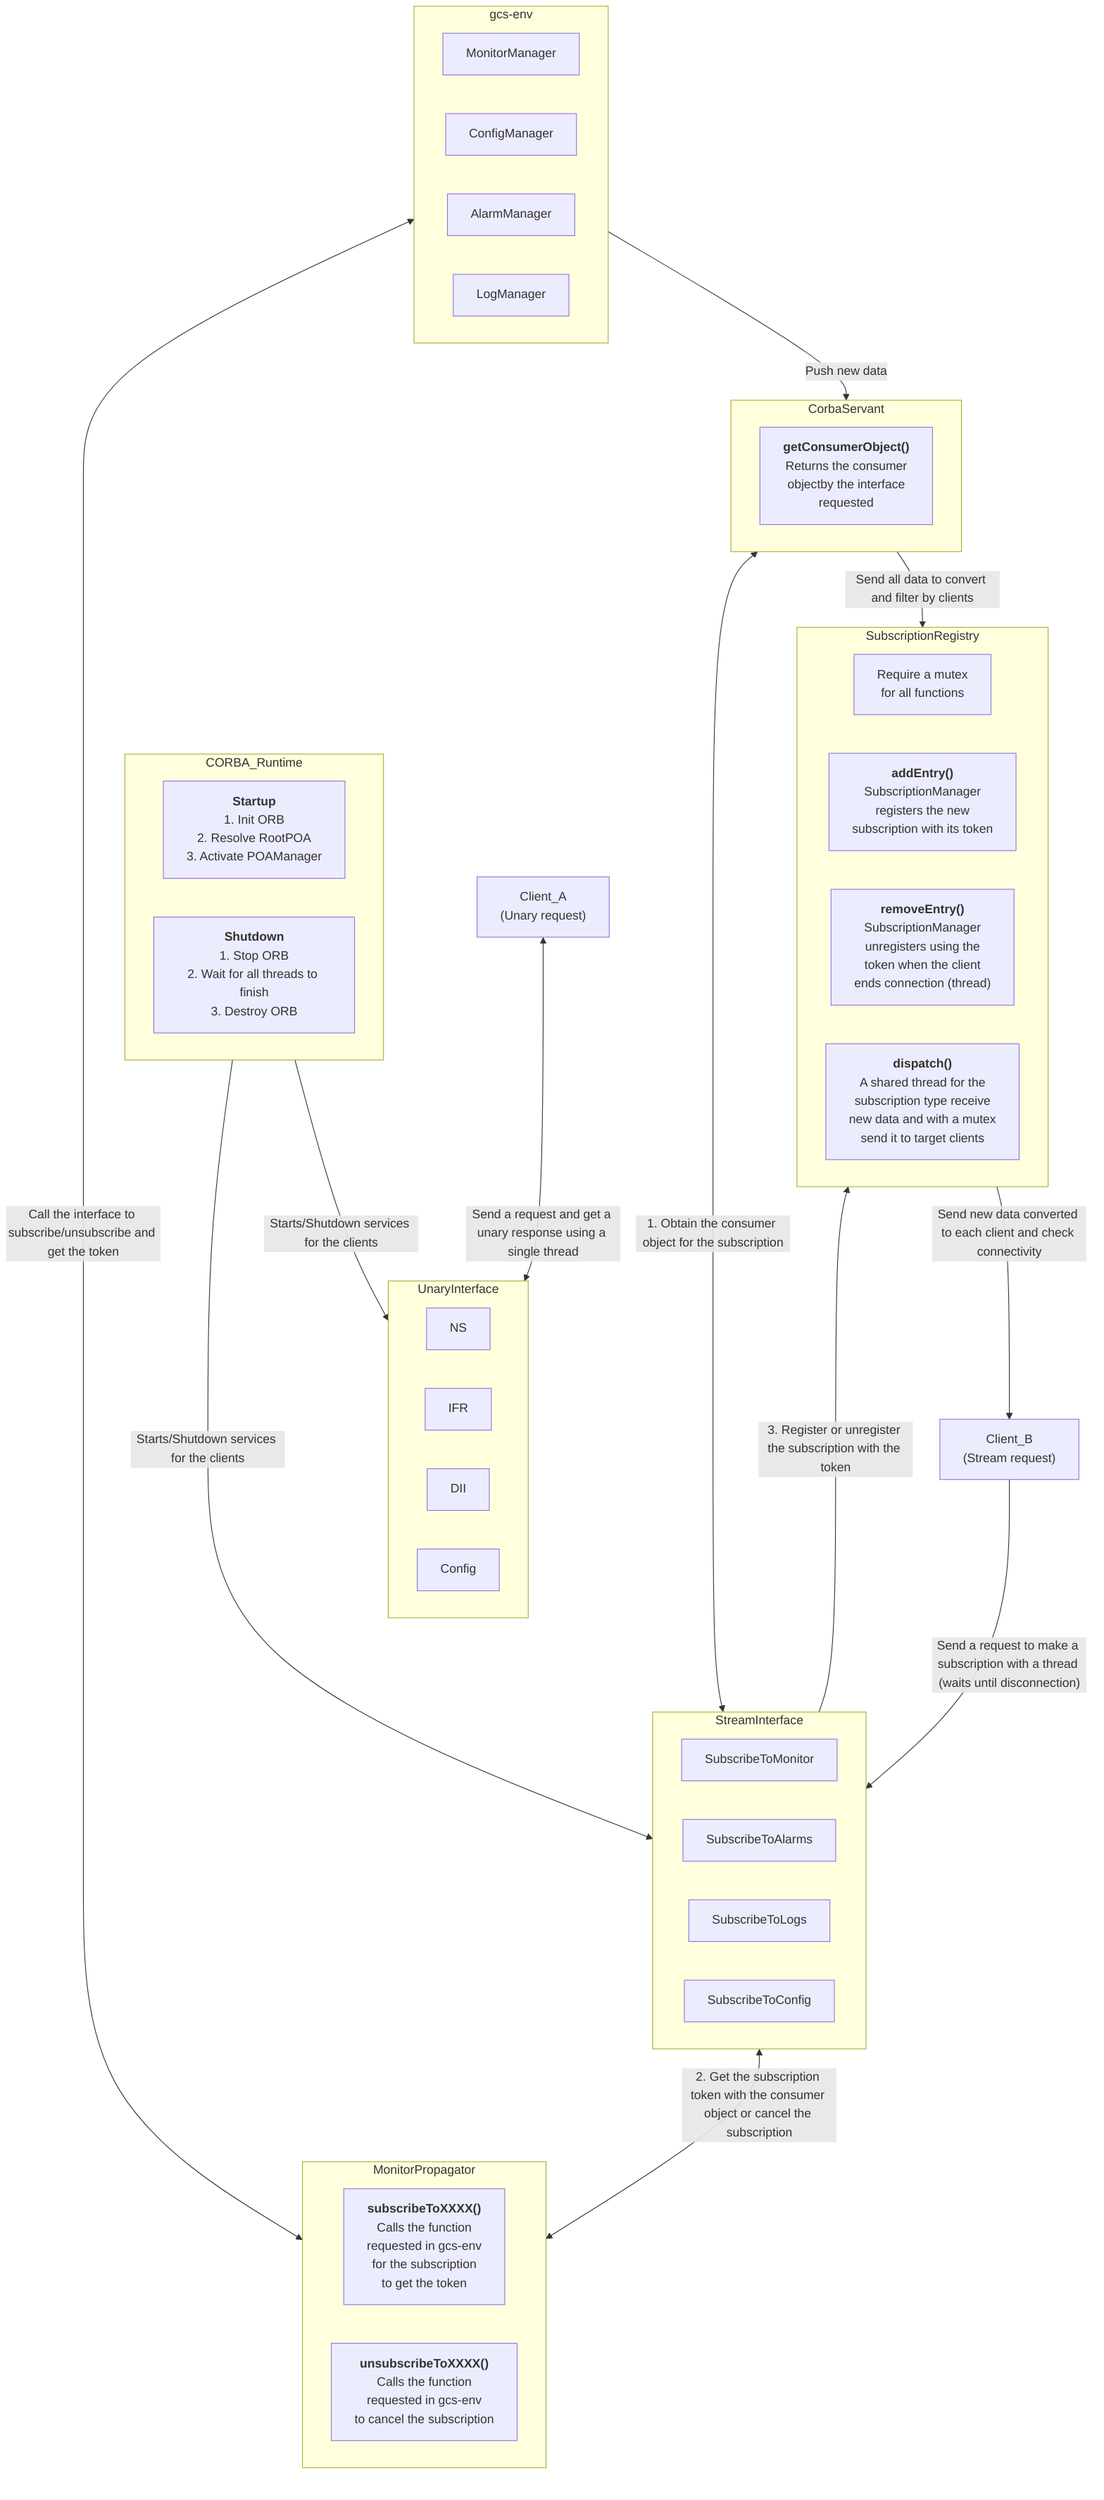
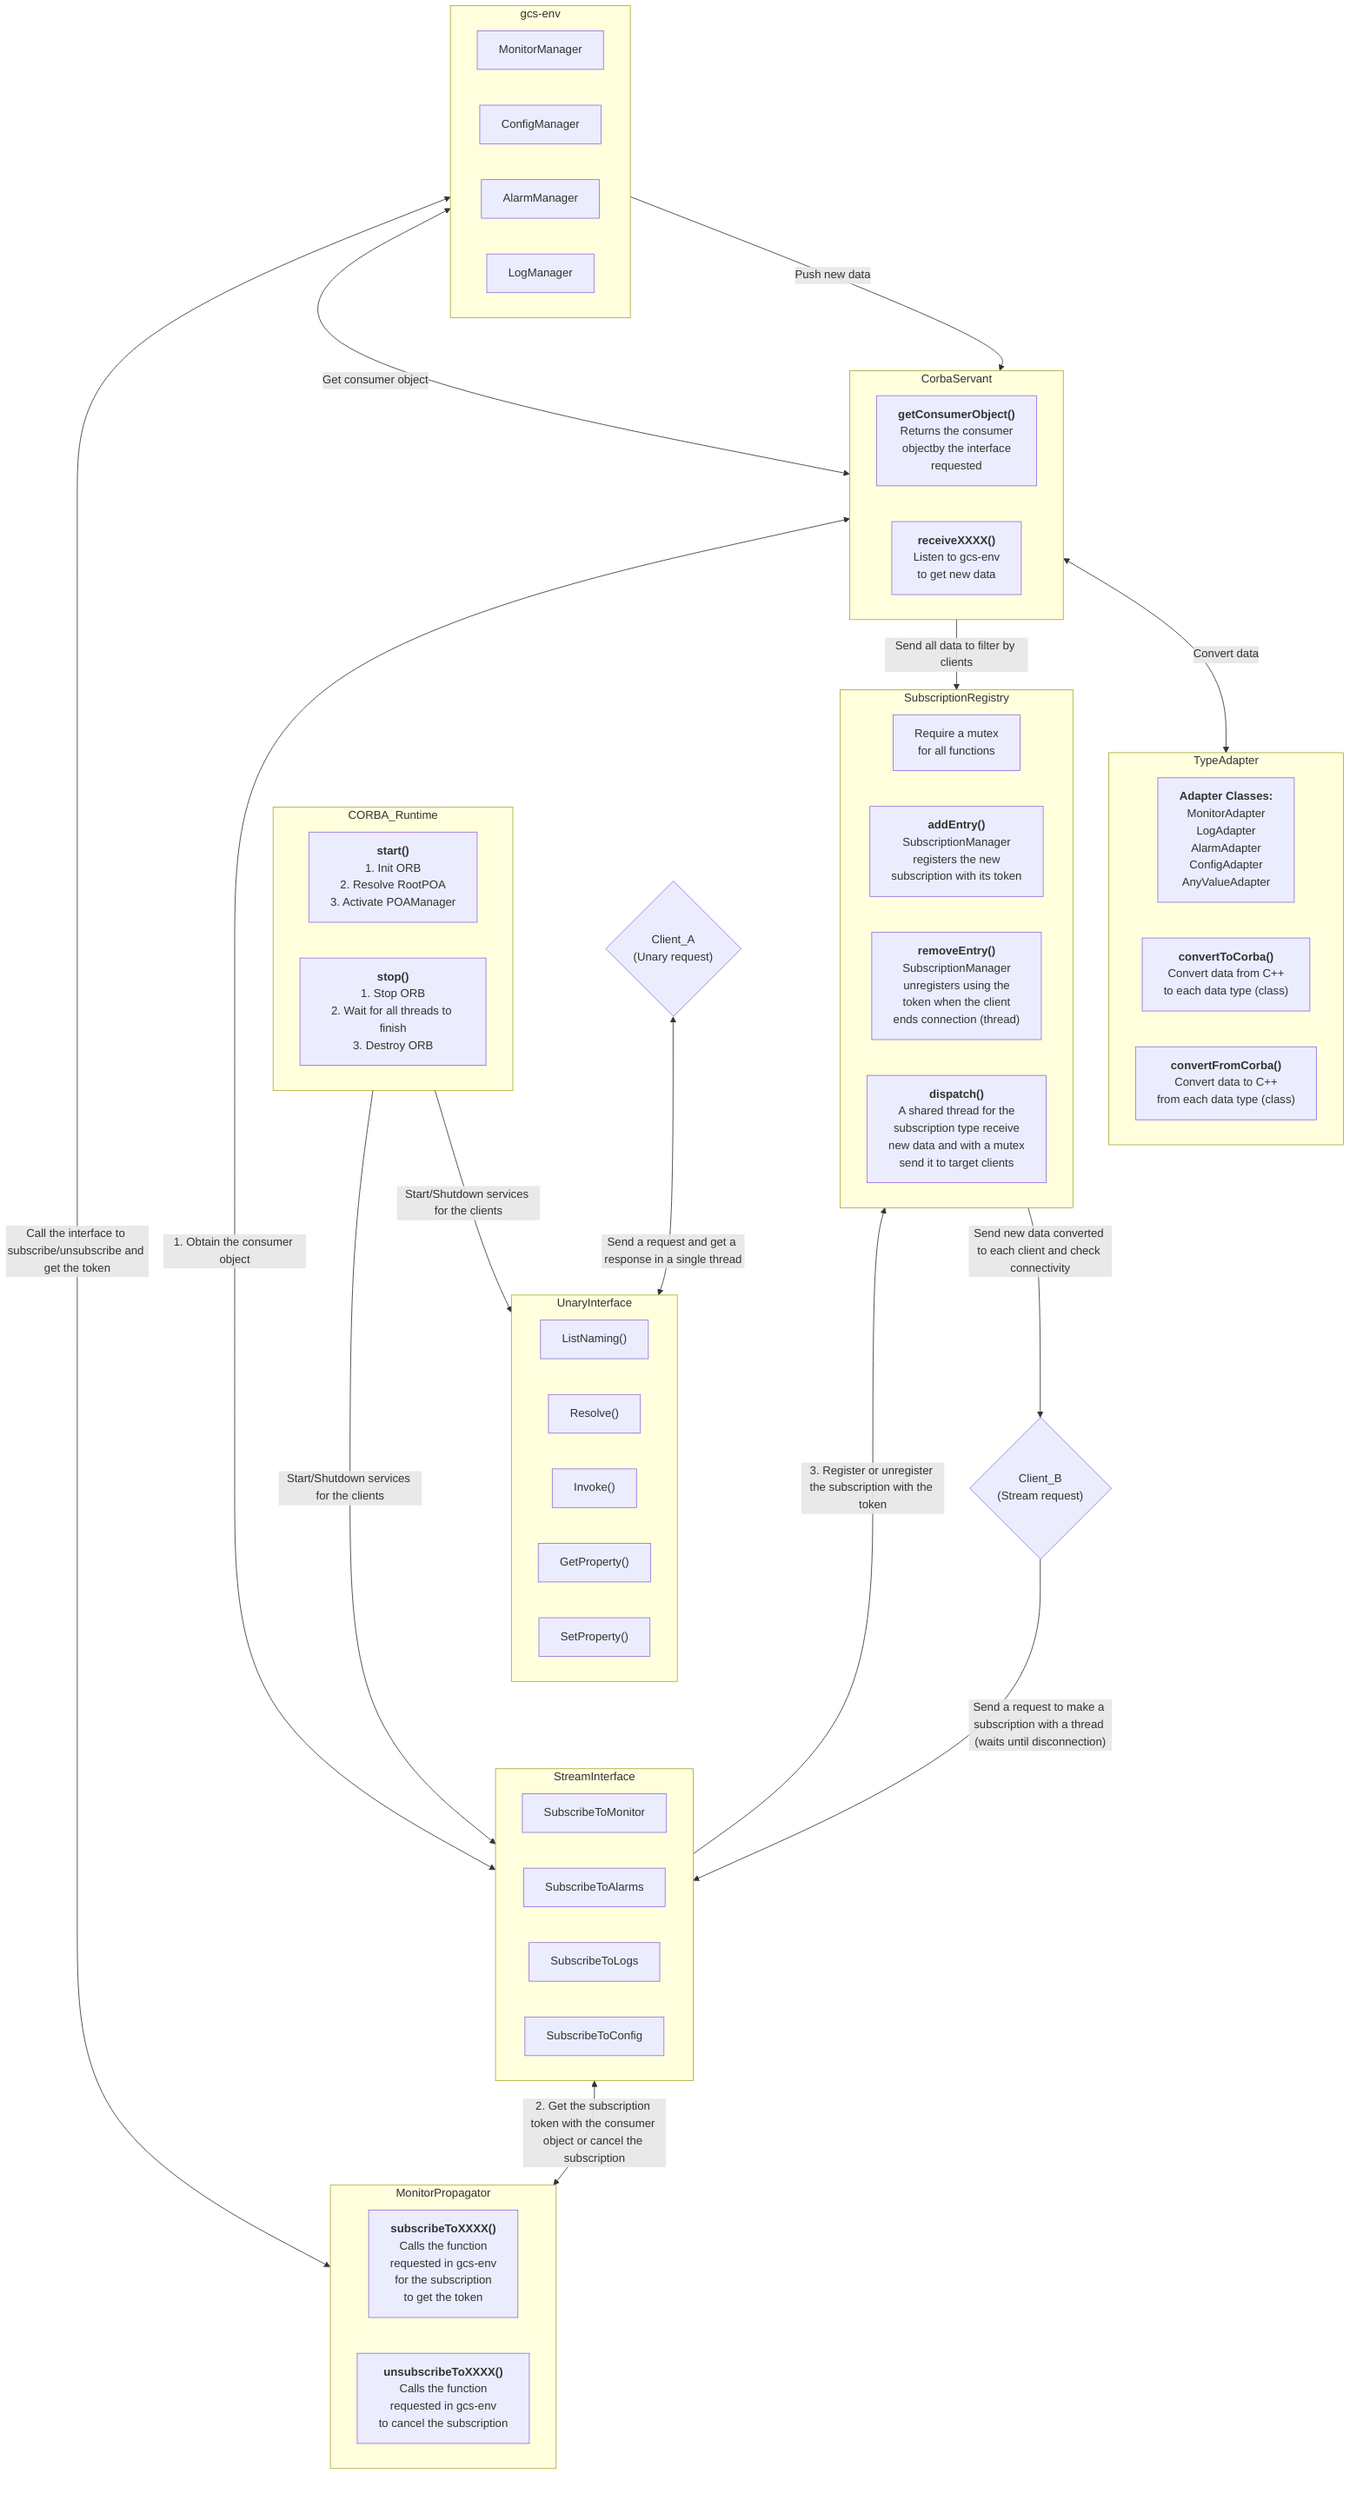
flowchart TD
-     ClientA["`
+     ClientA{"`
            Client_A
            (Unary request)
-             `"]
-     ClientB["`
+             `"}
+     ClientB{"`
            Client_B
            (Stream request)
-             `"]
+             `"}

    subgraph CORBA_Runtime
        Start["`
-             **Startup**
+             **start()**
            1. Init ORB
            2. Resolve RootPOA
            3. Activate POAManager
            `"]

        Shutdown["`
-                 **Shutdown**
+                 **stop()**
                1. Stop ORB
                2. Wait for all threads to finish
                3. Destroy ORB
                `"]
    end

    subgraph UnaryInterface
-         NS
-         IFR
-         DII
-         Config
+         ListNaming["`ListNaming()`"]
+         Resolve["`Resolve()`"]
+         Invoke["`Invoke()`"]
+         GetProperty["`GetProperty()`"]
+         SetProperty["`SetProperty()`"]
    end

    subgraph StreamInterface
        SubscribeToMonitor
        SubscribeToAlarms
        SubscribeToLogs
        SubscribeToConfig
    end

    subgraph SubscriptionRegistry
        Mutex["`
        Require a mutex
        for all functions
        `"]

        addEntry["`
                **addEntry()**
                SubscriptionManager
                registers the new
                subscription with its token
                `"]

        removeEntry["`
                    **removeEntry()**
                    SubscriptionManager
                    unregisters using the
                    token when the client
                    ends connection (thread)
                    `"]

        getData["`
                **dispatch()**
                A shared thread for the
                subscription type receive
                new data and with a mutex
                send it to target clients
                `"]
    end

    subgraph CorbaServant
        getConsumer["`
                    **getConsumerObject()**
                    Returns the consumer
                    objectby the interface
                    requested
                    `"]
+         receive["`
+                 **receiveXXXX()**
+                 Listen to gcs-env
+                 to get new data
+                 `"]
    end

    subgraph MonitorPropagator
        subscribe["`
                **subscribeToXXXX()**
                Calls the function
                requested in gcs-env
                for the subscription
                to get the token
                `"]

        unsubscribe["`
-                 **unsubscribeToXXXX()**
-                 Calls the function
-                 requested in gcs-env
-                 to cancel the subscription
+                     **unsubscribeToXXXX()**
+                     Calls the function
+                     requested in gcs-env
+                     to cancel the subscription
+                     `"]
+     end
+ 
+     subgraph TypeAdapter
+         classes["`
+                 **Adapter Classes:**
+                 MonitorAdapter
+                 LogAdapter
+                 AlarmAdapter
+                 ConfigAdapter
+                 AnyValueAdapter
                `"]
+ 
+         convertToCorba["`
+                         **convertToCorba()**
+                         Convert data from C++
+                         to each data type (class)
+                         `"]
+ 
+         convertFromCorba["`
+                         **convertFromCorba()**
+                         Convert data to C++
+                         from each data type (class)
+                         `"]
    end

    subgraph gcs-env
        MonitorManager
        ConfigManager
        AlarmManager
        LogManager
    end

- CORBA_Runtime --Starts/Shutdown services for the clients--> UnaryInterface
- CORBA_Runtime --Starts/Shutdown services for the clients---> StreamInterface
+ CORBA_Runtime --Start/Shutdown services for the clients--> UnaryInterface
+ CORBA_Runtime --Start/Shutdown services for the clients---> StreamInterface

- ClientA <--Send a request and get a unary response using a single thread--> UnaryInterface
+ ClientA <--Send a request and get a response in a single thread--> UnaryInterface
+ 
ClientB --Send a request to make a subscription with a thread (waits until disconnection)--> StreamInterface

- StreamInterface <--1. Obtain the consumer object for the subscription--> CorbaServant
+ StreamInterface <--1. Obtain the consumer object--> CorbaServant
StreamInterface <--2. Get the subscription token with the consumer object or cancel the subscription--> MonitorPropagator

MonitorPropagator <--Call the interface to subscribe/unsubscribe and get the token--> gcs-env

StreamInterface --3. Register or unregister the subscription with the token--> SubscriptionRegistry

gcs-env --Push new data--> CorbaServant
- CorbaServant --Send all data to convert and filter by clients--> SubscriptionRegistry
+ CorbaServant <--Get consumer object-->gcs-env
+ CorbaServant <--Convert data--> TypeAdapter
+ CorbaServant --Send all data to filter by clients--> SubscriptionRegistry
SubscriptionRegistry --Send new data converted to each client and check connectivity--> ClientB